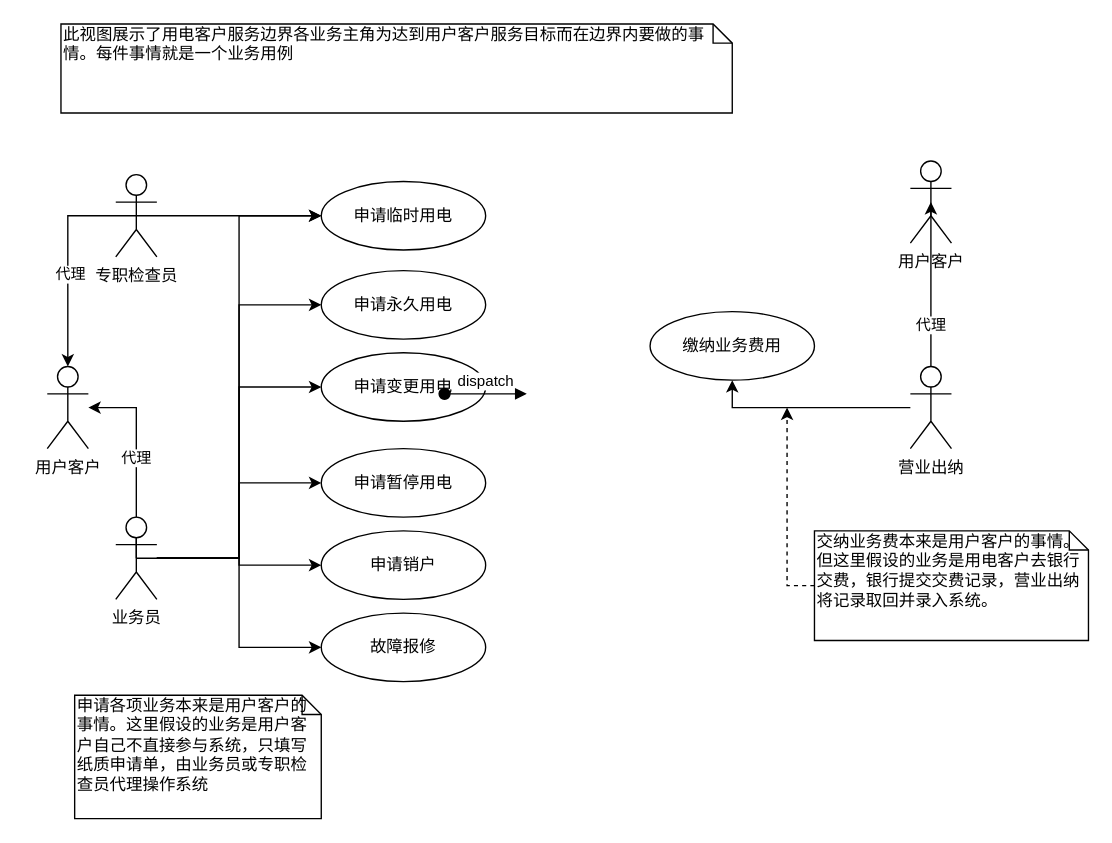
Earlier version of the draw.io diagram 用户客户服务-业务概要视图.drawio (Riverfish1/test). Source tidied: cells renumbered, new cells numbered last; positions are measured from the earlier drawing's top-left corner, leaving out a move shared by most shapes. Both pictures are drawn from the tidied source at 137%, with x=0, y=0 at pixel (47, 23).
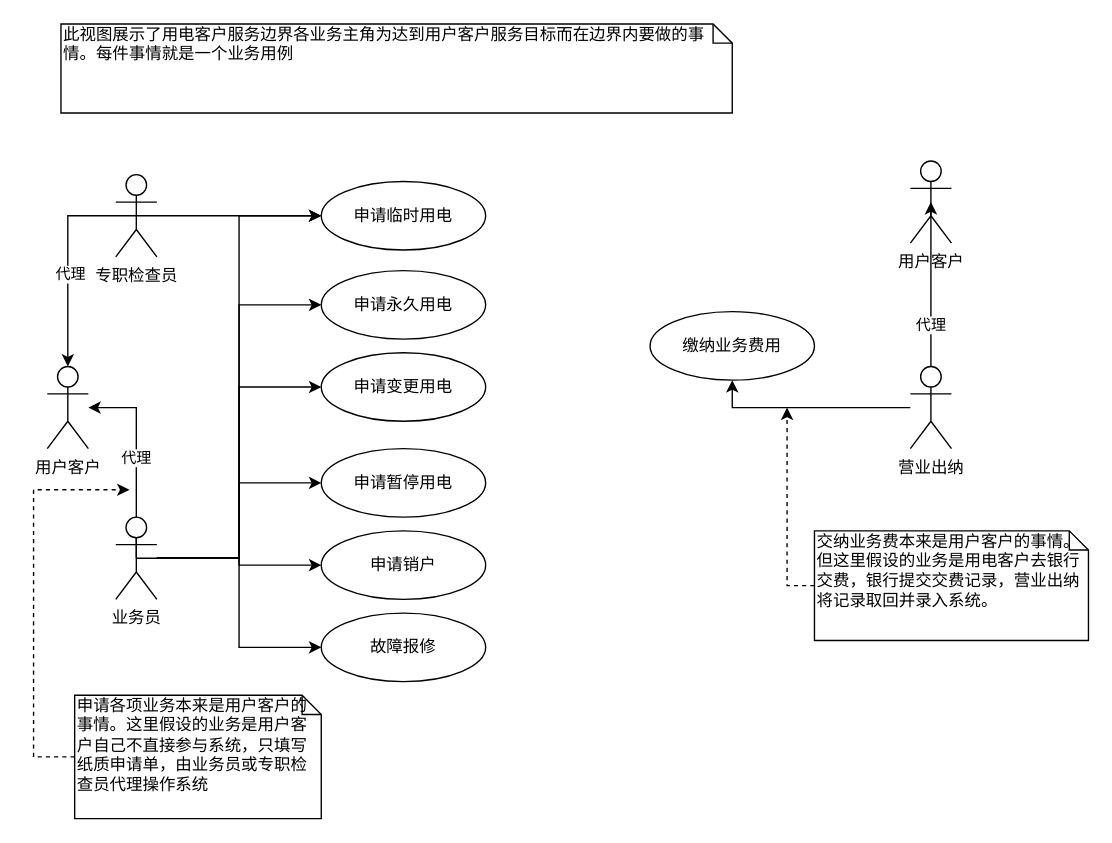
After the change.

Commit message (it also covers changes not shown here):
更新用户客户服务-业务概要视图.drawio

Unchanged cells that the change refers to:
```xml
<mxCell id="27" value="申请各项业务本来是用户客户的事情。这里假设的业务是用户客户自己不直接参与系统，只填写纸质申请单，由业务员或专职检查员代理操作系统" style="shape=note;whiteSpace=wrap;html=1;size=14;verticalAlign=top;align=left;spacingTop=-6;" parent="1" vertex="1">
  <mxGeometry x="20" y="490" width="180" height="90" as="geometry" />
</mxCell>
```

Change to the diagram source:
```diff
@@
-    <mxCell id="28" value="dispatch" style="html=1;verticalAlign=bottom;startArrow=oval;startFill=1;endArrow=block;startSize=8;" parent="1" edge="1">
-      <mxGeometry relative="1" as="geometry">
-        <mxPoint x="290" y="270" as="sourcePoint" />
-        <mxPoint x="350" y="270" as="targetPoint" />
-      </mxGeometry>
-    </mxCell>
@@
+    <mxCell id="32" style="edgeStyle=orthogonalEdgeStyle;rounded=0;jettySize=auto;html=1;dashed=1;exitX=0;exitY=0.5;exitDx=0;exitDy=0;exitPerimeter=0;" parent="1" edge="1" source="27">
+      <mxGeometry relative="1" as="geometry">
+        <mxPoint x="60" y="340" as="targetPoint" />
+        <Array as="points">
+          <mxPoint x="-10" y="535" />
+        </Array>
+      </mxGeometry>
+    </mxCell>
```
